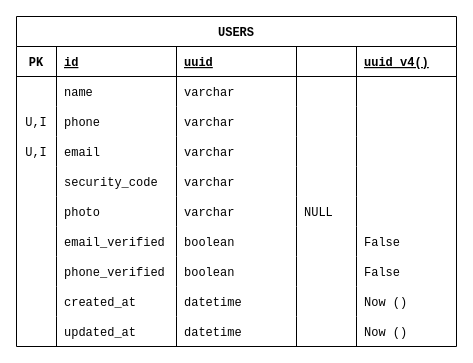
Before: page "User" (2 of 7) of requirements/Database ERD.drawio in foxxxesky/Final-Projects-Backend-OVO, a draw.io diagram. Source tidied: cells renumbered, new cells numbered last; positions are measured from the earlier drawing's top-left corner, leaving out a move shared by most shapes. Both pictures are drawn from the tidied source at 100%, with x=0, y=0 at pixel (16, 16).
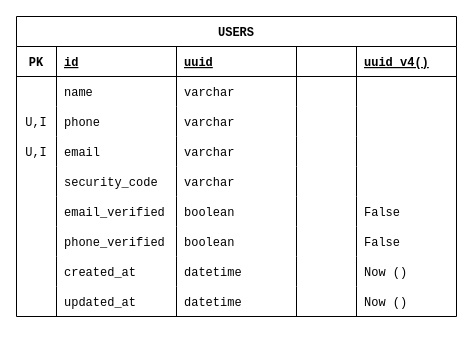
Above is the later version.

What changed in the source:
```diff
@@
     <mxCell id="2" value="USERS" style="shape=table;startSize=30;childLayout=tableLayout;rowLines=0;fontStyle=1;align=center;fontFamily=Courier New;" parent="1" vertex="1">
-      <mxGeometry width="440" height="330" as="geometry" />
+      <mxGeometry width="440" height="300" as="geometry" />
     </mxCell>
@@
-    <mxCell id="33" style="shape=tableRow;horizontal=0;startSize=0;swimlaneHead=0;swimlaneBody=0;fillColor=none;top=0;left=0;right=0;bottom=0;fontFamily=Courier New;" parent="2" vertex="1">
-      <mxGeometry y="180" width="440" height="30" as="geometry" />
-    </mxCell>
-    <mxCell id="34" style="shape=partialRectangle;fillColor=none;top=0;left=0;bottom=0;right=0;overflow=hidden;fontFamily=Courier New;" parent="33" vertex="1">
-      <mxGeometry width="40" height="30" as="geometry" />
-    </mxCell>
-    <mxCell id="35" value="photo" style="shape=partialRectangle;fillColor=none;top=0;left=0;bottom=0;right=0;align=left;spacingLeft=6;overflow=hidden;fontFamily=Courier New;" parent="33" vertex="1">
-      <mxGeometry x="40" width="120" height="30" as="geometry" />
-    </mxCell>
-    <mxCell id="36" value="varchar " style="shape=partialRectangle;fillColor=none;top=0;left=0;bottom=0;right=0;align=left;spacingLeft=6;overflow=hidden;fontFamily=Courier New;" parent="33" vertex="1">
-      <mxGeometry x="160" width="120" height="30" as="geometry" />
-    </mxCell>
-    <mxCell id="37" value="NULL" style="shape=partialRectangle;fillColor=none;top=0;left=0;bottom=0;right=0;align=left;spacingLeft=6;overflow=hidden;fontFamily=Courier New;" parent="33" vertex="1">
-      <mxGeometry x="280" width="60" height="30" as="geometry" />
-    </mxCell>
-    <mxCell id="38" style="shape=partialRectangle;fillColor=none;top=0;left=0;bottom=0;right=0;align=left;spacingLeft=6;overflow=hidden;fontFamily=Courier New;" parent="33" vertex="1">
-      <mxGeometry x="340" width="100" height="30" as="geometry" />
-    </mxCell>
     <mxCell id="39" style="shape=tableRow;horizontal=0;startSize=0;swimlaneHead=0;swimlaneBody=0;fillColor=none;top=0;left=0;right=0;bottom=0;fontFamily=Courier New;" parent="2" vertex="1">
-      <mxGeometry y="210" width="440" height="30" as="geometry" />
+      <mxGeometry y="180" width="440" height="30" as="geometry" />
     </mxCell>
@@
     <mxCell id="45" style="shape=tableRow;horizontal=0;startSize=0;swimlaneHead=0;swimlaneBody=0;fillColor=none;top=0;left=0;right=0;bottom=0;fontFamily=Courier New;" parent="2" vertex="1">
-      <mxGeometry y="240" width="440" height="30" as="geometry" />
+      <mxGeometry y="210" width="440" height="30" as="geometry" />
     </mxCell>
@@
     <mxCell id="51" style="shape=tableRow;horizontal=0;startSize=0;swimlaneHead=0;swimlaneBody=0;fillColor=none;top=0;left=0;right=0;bottom=0;fontFamily=Courier New;" parent="2" vertex="1">
-      <mxGeometry y="270" width="440" height="30" as="geometry" />
+      <mxGeometry y="240" width="440" height="30" as="geometry" />
     </mxCell>
@@
     <mxCell id="57" style="shape=tableRow;horizontal=0;startSize=0;swimlaneHead=0;swimlaneBody=0;fillColor=none;top=0;left=0;right=0;bottom=0;fontFamily=Courier New;" parent="2" vertex="1">
-      <mxGeometry y="300" width="440" height="30" as="geometry" />
+      <mxGeometry y="270" width="440" height="30" as="geometry" />
     </mxCell>
```
